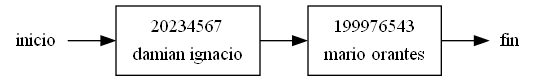
Before: EDD_Proyecto1_Fase1/Reportes/cola.png, a diagram exported from Graphviz (walterjav19/EDD_1S2023_PY_202111718). Its source is kept beside it as EDD_Proyecto1_Fase1/Grafics/cola.dot. Its diagram source:
```dot
digraph Cola {
rankdir=LR;
node [shape=record];
head [shape=none, label="inicio", style=bold, height=0, width=0];
tail [shape=none, label="fin", style=bold, height=0, width=0];a20234567 [label=<<TABLE border="0"><TR><TD ALIGN="CENTER">20234567</TD></TR><TR><TD ALIGN="CENTER">damian ignacio</TD></TR></TABLE>>];
a20234567 -> a199976543;
a199976543 [label=<<TABLE border="0"><TR><TD ALIGN="CENTER">199976543</TD></TR><TR><TD ALIGN="CENTER">mario orantes</TD></TR></TABLE>>];
head -> a20234567;
a199976543->tail;
}
```
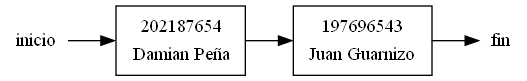
The same file after the commit.

The edit, as a diff of the source:
```diff
@@ -2,9 +2,9 @@
 rankdir=LR;
 node [shape=record];
 head [shape=none, label="inicio", style=bold, height=0, width=0];
-tail [shape=none, label="fin", style=bold, height=0, width=0];a20234567 [label=<<TABLE border="0"><TR><TD ALIGN="CENTER">20234567</TD></TR><TR><TD ALIGN="CENTER">damian ignacio</TD></TR></TABLE>>];
-a20234567 -> a199976543;
-a199976543 [label=<<TABLE border="0"><TR><TD ALIGN="CENTER">199976543</TD></TR><TR><TD ALIGN="CENTER">mario orantes</TD></TR></TABLE>>];
-head -> a20234567;
-a199976543->tail;
+tail [shape=none, label="fin", style=bold, height=0, width=0];a202187654 [label=<<TABLE border="0"><TR><TD ALIGN="CENTER">202187654</TD></TR><TR><TD ALIGN="CENTER">Damian Peña</TD></TR></TABLE>>];
+a202187654 -> a197696543;
+a197696543 [label=<<TABLE border="0"><TR><TD ALIGN="CENTER">197696543</TD></TR><TR><TD ALIGN="CENTER">Juan Guarnizo</TD></TR></TABLE>>];
+head -> a202187654;
+a197696543->tail;
 }
```
